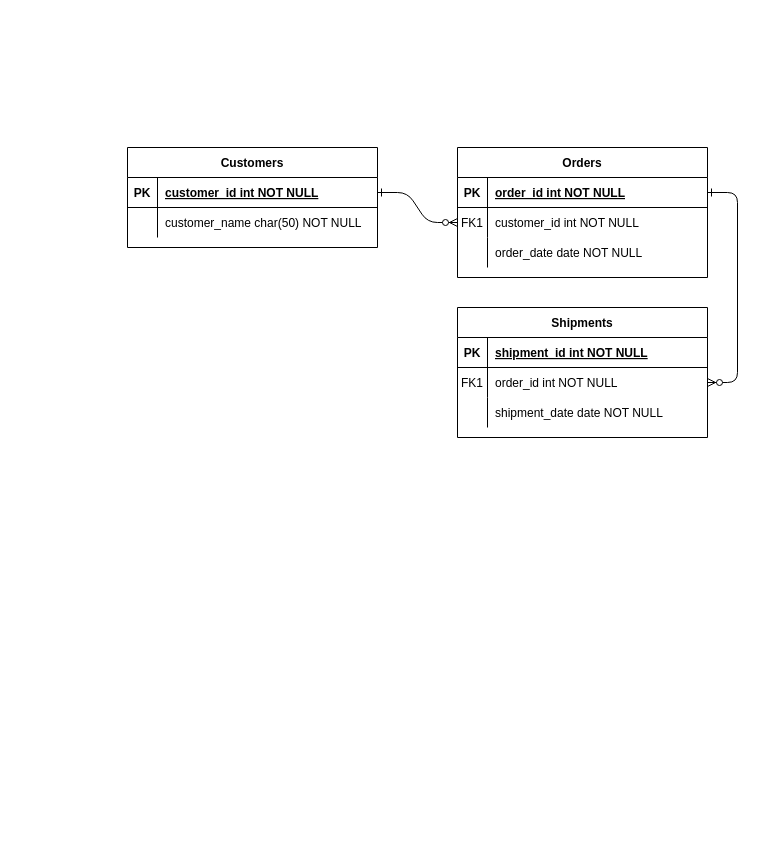
Earlier version of the draw.io diagram ER_dynamization.drawio (richruizv/platzi_master_startup). Source tidied: cells renumbered, new cells numbered last; positions are measured from the earlier drawing's top-left corner, leaving out a move shared by most shapes. Both pictures are drawn from the tidied source at 100%, with x=0, y=0 at pixel (127, 147).
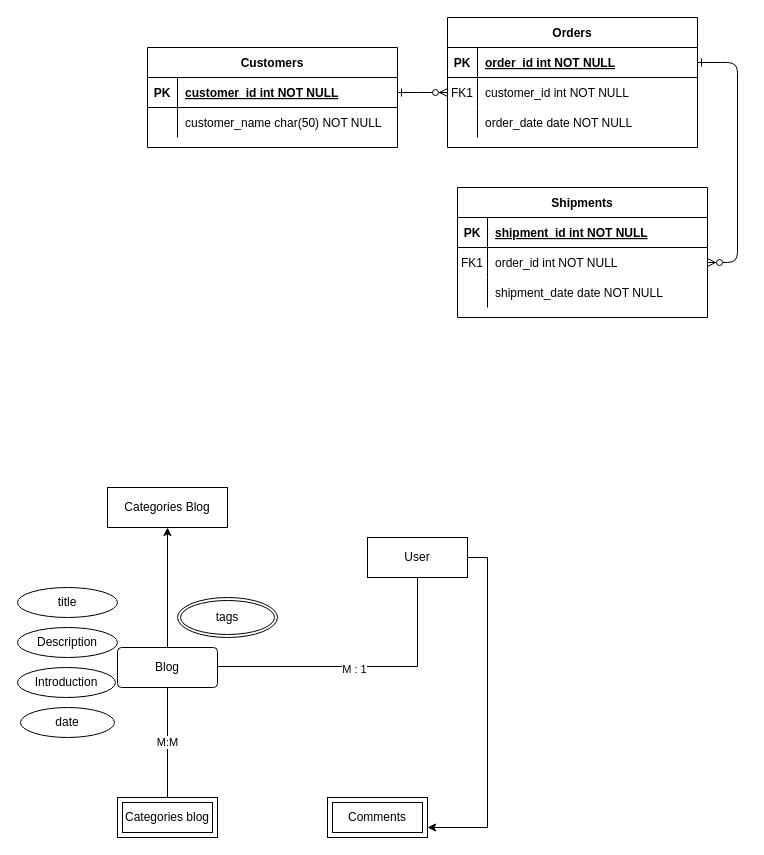
After the change.

Change to the diagram source:
```diff
@@
     <mxCell id="4" value="Orders" style="shape=table;startSize=30;childLayout=tableLayout;rowLines=0;fontStyle=1;align=center;" parent="1" vertex="1">
-      <mxGeometry x="330" width="250" height="130" as="geometry" />
+      <mxGeometry x="320" y="-130" width="250" height="130" as="geometry" />
     </mxCell>
@@
     <mxCell id="14" value="Shipments" style="shape=table;startSize=30;childLayout=tableLayout;rowLines=0;fontStyle=1;align=center;" parent="1" vertex="1">
-      <mxGeometry x="330" y="160" width="250" height="130" as="geometry" />
+      <mxGeometry x="330" y="40" width="250" height="130" as="geometry" />
     </mxCell>
@@
     <mxCell id="24" value="Customers" style="shape=table;startSize=30;childLayout=tableLayout;rowLines=0;fontStyle=1;align=center;" parent="1" vertex="1">
-      <mxGeometry width="250" height="100" as="geometry" />
+      <mxGeometry x="20" y="-100" width="250" height="100" as="geometry" />
     </mxCell>
@@
+    <mxCell id="31" style="edgeStyle=orthogonalEdgeStyle;rounded=0;jettySize=auto;html=1;exitX=0.5;exitY=0;exitDx=0;exitDy=0;entryX=0.5;entryY=1;entryDx=0;entryDy=0;" parent="1" edge="1" source="32" target="38">
+      <mxGeometry relative="1" as="geometry" />
+    </mxCell>
+    <mxCell id="32" value="Blog" style="rounded=1;arcSize=10;whiteSpace=wrap;html=1;align=center;" parent="1" vertex="1">
+      <mxGeometry x="-10" y="500" width="100" height="40" as="geometry" />
+    </mxCell>
+    <mxCell id="33" value="title" style="ellipse;whiteSpace=wrap;html=1;align=center;" parent="1" vertex="1">
+      <mxGeometry x="-110" y="440" width="100" height="30" as="geometry" />
+    </mxCell>
+    <mxCell id="34" value="Description" style="ellipse;whiteSpace=wrap;html=1;align=center;" parent="1" vertex="1">
+      <mxGeometry x="-110" y="480" width="100" height="30" as="geometry" />
+    </mxCell>
+    <mxCell id="35" value="Introduction" style="ellipse;whiteSpace=wrap;html=1;align=center;" parent="1" vertex="1">
+      <mxGeometry x="-110" y="520" width="98" height="30" as="geometry" />
+    </mxCell>
+    <mxCell id="36" style="edgeStyle=orthogonalEdgeStyle;rounded=0;jettySize=auto;html=1;entryX=1;entryY=0.75;entryDx=0;entryDy=0;" parent="1" edge="1" source="37" target="39">
+      <mxGeometry relative="1" as="geometry">
+        <Array as="points">
+          <mxPoint x="360" y="410" />
+          <mxPoint x="360" y="680" />
+        </Array>
+      </mxGeometry>
+    </mxCell>
+    <mxCell id="37" value="User" style="whiteSpace=wrap;html=1;align=center;" parent="1" vertex="1">
+      <mxGeometry x="240" y="390" width="100" height="40" as="geometry" />
+    </mxCell>
+    <mxCell id="38" value="Categories Blog" style="whiteSpace=wrap;html=1;align=center;" parent="1" vertex="1">
+      <mxGeometry x="-20" y="340" width="120" height="40" as="geometry" />
+    </mxCell>
+    <mxCell id="39" value="Comments" style="shape=ext;margin=3;double=1;whiteSpace=wrap;html=1;align=center;" parent="1" vertex="1">
+      <mxGeometry x="200" y="650" width="100" height="40" as="geometry" />
+    </mxCell>
+    <mxCell id="40" value="date" style="ellipse;whiteSpace=wrap;html=1;align=center;" parent="1" vertex="1">
+      <mxGeometry x="-107" y="560" width="94" height="30" as="geometry" />
+    </mxCell>
+    <mxCell id="41" value="tags" style="ellipse;shape=doubleEllipse;margin=3;whiteSpace=wrap;html=1;align=center;" parent="1" vertex="1">
+      <mxGeometry x="50" y="450" width="100" height="40" as="geometry" />
+    </mxCell>
+    <mxCell id="42" style="endArrow=none;html=1;rounded=0;entryX=0.5;entryY=1;entryDx=0;entryDy=0;" parent="1" edge="1" target="37">
+      <mxGeometry relative="1" as="geometry">
+        <mxPoint x="90" y="519" as="sourcePoint" />
+        <Array as="points">
+          <mxPoint x="290" y="519" />
+        </Array>
+      </mxGeometry>
+    </mxCell>
+    <mxCell id="43" value="M : 1" style="edgeLabel;html=1;align=center;verticalAlign=middle;" parent="42" vertex="1">
+      <mxGeometry x="-0.06" y="-2" relative="1" as="geometry" />
+    </mxCell>
+    <mxCell id="44" value="Categories blog" style="shape=ext;margin=3;double=1;whiteSpace=wrap;html=1;align=center;" parent="1" vertex="1">
+      <mxGeometry x="-10" y="650" width="100" height="40" as="geometry" />
+    </mxCell>
+    <mxCell id="45" value="M:M" style="endArrow=none;html=1;rounded=0;exitX=0.5;exitY=0;exitDx=0;exitDy=0;entryX=0.5;entryY=1;entryDx=0;entryDy=0;" parent="1" edge="1" source="44" target="32">
+      <mxGeometry relative="1" as="geometry" />
+    </mxCell>
```
